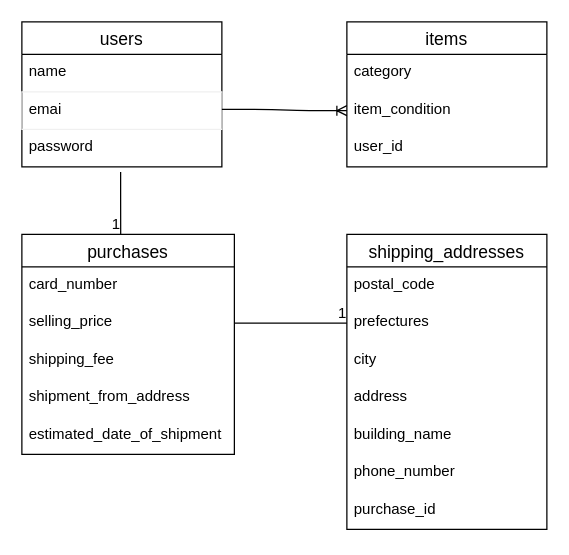
Above: test.dio in sasakink/furima-34568 (draw.io), before the change. Source tidied: cells renumbered, new cells numbered last; positions are measured from the earlier drawing's top-left corner, leaving out a move shared by most shapes. Both pictures are drawn from the tidied source at 125%, with x=0, y=0 at pixel (21, 21).
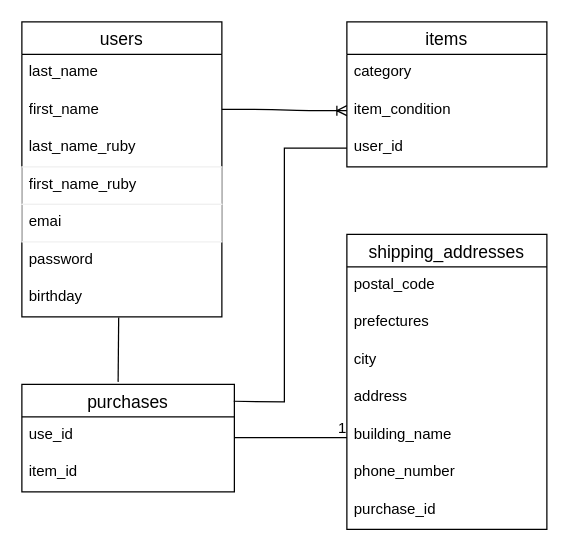
The same diagram, later.

Commit message (it also covers changes not shown here):
READMEとER図を修正

The change refers to these unchanged cells:
```xml
<mxCell id="9" value="user_id" style="text;strokeColor=none;fillColor=none;spacingLeft=4;spacingRight=4;overflow=hidden;points=[[0,0.5],[1,0.5]];portConstraint=eastwest;fontSize=12;" parent="6" vertex="1">
  <mxGeometry y="86" width="160" height="30" as="geometry" />
</mxCell>
<mxCell id="16" value="shipping_addresses" style="swimlane;fontStyle=0;horizontal=1;startSize=26;align=center;fontSize=14;" parent="1" vertex="1">
  <mxGeometry x="260" y="170" width="160" height="236" as="geometry" />
</mxCell>
<mxCell id="18" value="prefectures" style="text;strokeColor=none;fillColor=none;spacingLeft=4;spacingRight=4;overflow=hidden;points=[[0,0.5],[1,0.5]];portConstraint=eastwest;fontSize=12;" parent="16" vertex="1">
  <mxGeometry y="56" width="160" height="30" as="geometry" />
</mxCell>
```

Change to the diagram source:
```diff
@@
     <mxCell id="2" value="users" style="swimlane;fontStyle=0;horizontal=1;startSize=26;align=center;fontSize=14;" parent="1" vertex="1">
-      <mxGeometry width="160" height="116" as="geometry" />
+      <mxGeometry width="160" height="236" as="geometry" />
     </mxCell>
+    <mxCell id="29" value="last_name" style="text;strokeColor=none;fillColor=none;spacingLeft=4;spacingRight=4;overflow=hidden;fontSize=12;" parent="2" vertex="1">
+      <mxGeometry y="26" width="160" height="30" as="geometry" />
+    </mxCell>
+    <mxCell id="30" value="first_name" style="text;strokeColor=none;fillColor=none;spacingLeft=4;spacingRight=4;overflow=hidden;fontSize=12;" parent="2" vertex="1">
+      <mxGeometry y="56" width="160" height="30" as="geometry" />
+    </mxCell>
-    <mxCell id="3" value="name" style="text;strokeColor=none;fillColor=none;spacingLeft=4;spacingRight=4;overflow=hidden;fontSize=12;" parent="2" vertex="1">
-      <mxGeometry y="26" width="160" height="30" as="geometry" />
+    <mxCell id="3" value="last_name_ruby" style="text;strokeColor=none;fillColor=none;spacingLeft=4;spacingRight=4;overflow=hidden;fontSize=12;" parent="2" vertex="1">
+      <mxGeometry y="86" width="160" height="30" as="geometry" />
     </mxCell>
+    <mxCell id="31" value="first_name_ruby" style="text;fillColor=none;spacingLeft=4;spacingRight=4;overflow=hidden;fontSize=12;strokeColor=#f0f0f0;" parent="2" vertex="1">
+      <mxGeometry y="116" width="160" height="30" as="geometry" />
+    </mxCell>
     <mxCell id="4" value="emai" style="text;fillColor=none;spacingLeft=4;spacingRight=4;overflow=hidden;fontSize=12;strokeColor=#f0f0f0;" parent="2" vertex="1">
-      <mxGeometry y="56" width="160" height="30" as="geometry" />
+      <mxGeometry y="146" width="160" height="30" as="geometry" />
     </mxCell>
+    <mxCell id="32" value="password" style="text;strokeColor=none;fillColor=none;spacingLeft=4;spacingRight=4;overflow=hidden;fontSize=12;" parent="2" vertex="1">
+      <mxGeometry y="176" width="160" height="30" as="geometry" />
+    </mxCell>
-    <mxCell id="5" value="password" style="text;strokeColor=none;fillColor=none;spacingLeft=4;spacingRight=4;overflow=hidden;points=[[0,0.5],[1,0.5]];portConstraint=eastwest;fontSize=12;" parent="2" vertex="1">
-      <mxGeometry y="86" width="160" height="30" as="geometry" />
+    <mxCell id="5" value="birthday" style="text;strokeColor=none;fillColor=none;spacingLeft=4;spacingRight=4;overflow=hidden;points=[[0,0.5],[1,0.5]];portConstraint=eastwest;fontSize=12;" parent="2" vertex="1">
+      <mxGeometry y="206" width="160" height="30" as="geometry" />
     </mxCell>
@@
     <mxCell id="10" value="purchases" style="swimlane;fontStyle=0;horizontal=1;startSize=26;align=center;fontSize=14;" parent="1" vertex="1">
-      <mxGeometry y="170" width="170" height="176" as="geometry" />
+      <mxGeometry y="290" width="170" height="86" as="geometry" />
     </mxCell>
-    <mxCell id="11" value="card_number" style="text;strokeColor=none;fillColor=none;spacingLeft=4;spacingRight=4;overflow=hidden;fontSize=12;" parent="10" vertex="1">
-      <mxGeometry y="26" width="170" height="30" as="geometry" />
-    </mxCell>
-    <mxCell id="12" value="selling_price" style="text;strokeColor=none;fillColor=none;spacingLeft=4;spacingRight=4;overflow=hidden;fontSize=12;" parent="10" vertex="1">
-      <mxGeometry y="56" width="170" height="30" as="geometry" />
-    </mxCell>
-    <mxCell id="13" value="shipping_fee" style="text;strokeColor=none;fillColor=none;spacingLeft=4;spacingRight=4;overflow=hidden;fontSize=12;" parent="10" vertex="1">
-      <mxGeometry y="86" width="170" height="30" as="geometry" />
-    </mxCell>
-    <mxCell id="14" value="shipment_from_address" style="text;strokeColor=none;fillColor=none;spacingLeft=4;spacingRight=4;overflow=hidden;fontSize=12;" parent="10" vertex="1">
-      <mxGeometry y="116" width="170" height="30" as="geometry" />
-    </mxCell>
+    <mxCell id="33" value="use_id" style="text;strokeColor=none;fillColor=none;spacingLeft=4;spacingRight=4;overflow=hidden;fontSize=12;" parent="10" vertex="1">
+      <mxGeometry y="26" width="170" height="30" as="geometry" />
+    </mxCell>
-    <mxCell id="15" value="estimated_date_of_shipment" style="text;strokeColor=none;fillColor=none;spacingLeft=4;spacingRight=4;overflow=hidden;fontSize=12;" parent="10" vertex="1">
-      <mxGeometry y="146" width="170" height="30" as="geometry" />
+    <mxCell id="15" value="item_id" style="text;strokeColor=none;fillColor=none;spacingLeft=4;spacingRight=4;overflow=hidden;fontSize=12;" parent="10" vertex="1">
+      <mxGeometry y="56" width="170" height="30" as="geometry" />
     </mxCell>
@@
-    <mxCell id="19" style="endArrow=none;html=1;rounded=0;entryX=0;entryY=0.5;entryDx=0;entryDy=0;" parent="16" edge="1" target="18">
-      <mxGeometry relative="1" as="geometry">
-        <mxPoint x="-90" y="71" as="sourcePoint" />
-      </mxGeometry>
-    </mxCell>
-    <mxCell id="20" value="1" style="html=1;align=right;verticalAlign=bottom;" parent="19" vertex="1">
-      <mxGeometry x="1" relative="1" as="geometry" />
-    </mxCell>
@@
-    <mxCell id="27" style="endArrow=none;html=1;rounded=0;entryX=0.465;entryY=0;entryDx=0;entryDy=0;entryPerimeter=0;" parent="1" edge="1" target="10">
-      <mxGeometry relative="1" as="geometry">
-        <mxPoint x="79" y="120" as="sourcePoint" />
-        <Array as="points">
-          <mxPoint x="79" y="140" />
-        </Array>
-      </mxGeometry>
-    </mxCell>
-    <mxCell id="28" value="1" style="html=1;align=right;verticalAlign=bottom;" parent="27" vertex="1">
-      <mxGeometry x="1" relative="1" as="geometry" />
-    </mxCell>
+    <mxCell id="34" style="endArrow=none;html=1;rounded=0;entryX=0;entryY=0.5;entryDx=0;entryDy=0;exitX=0.997;exitY=0.157;exitDx=0;exitDy=0;exitPerimeter=0;" parent="1" edge="1" source="10" target="9">
+      <mxGeometry relative="1" as="geometry">
+        <Array as="points">
+          <mxPoint x="210" y="304" />
+          <mxPoint x="210" y="101" />
+        </Array>
+      </mxGeometry>
+    </mxCell>
+    <mxCell id="19" style="endArrow=none;html=1;rounded=0;entryX=0;entryY=0.5;entryDx=0;entryDy=0;" parent="1" edge="1">
+      <mxGeometry relative="1" as="geometry">
+        <mxPoint x="170" y="332.5" as="sourcePoint" />
+        <mxPoint x="260" y="332.5" as="targetPoint" />
+      </mxGeometry>
+    </mxCell>
+    <mxCell id="20" value="1" style="html=1;align=right;verticalAlign=bottom;" parent="19" vertex="1">
+      <mxGeometry x="1" relative="1" as="geometry" />
+    </mxCell>
+    <mxCell id="35" style="endArrow=none;html=1;rounded=0;exitX=0.484;exitY=1.017;exitDx=0;exitDy=0;exitPerimeter=0;" parent="1" edge="1" source="5">
+      <mxGeometry relative="1" as="geometry">
+        <mxPoint x="77" y="288" as="targetPoint" />
+      </mxGeometry>
+    </mxCell>
```
